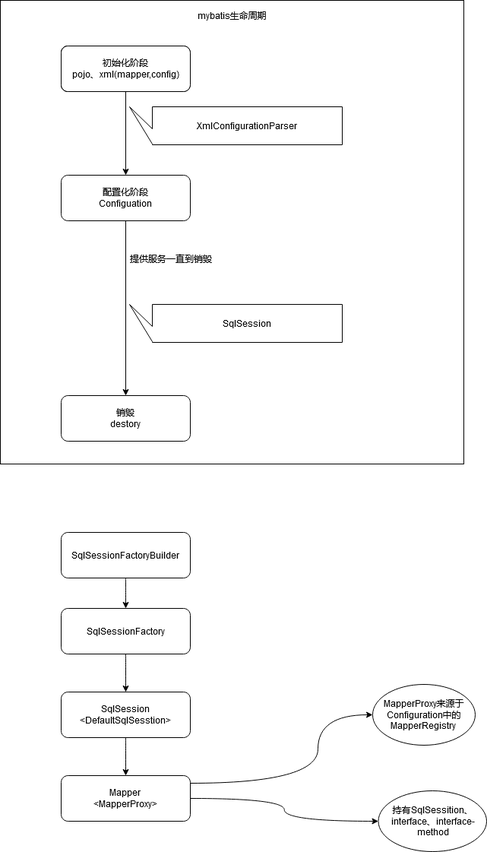
myflx/springboot-myflx keeps this draw.io diagram as doc/image/测试文件.png. Above is the earlier version. Source tidied: cells renumbered, new cells last; positions are measured from the earlier drawing's top-left corner, leaving out a move shared by most shapes.
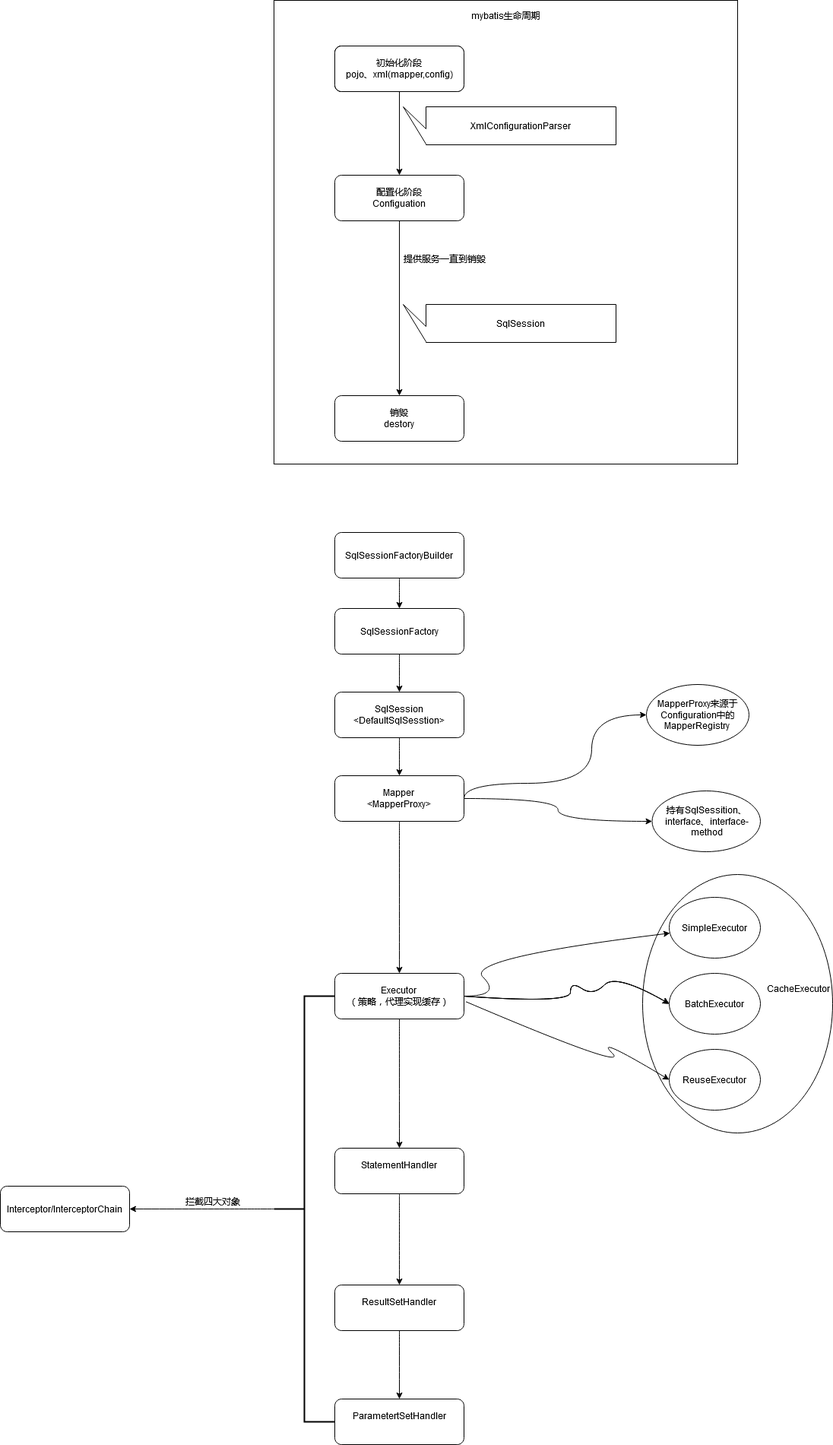
After the change.

Change to the diagram source:
```diff
@@ -2,6 +2,9 @@
   <root>
     <mxCell id="0" />
     <mxCell id="1" parent="0" />
+    <mxCell id="26" style="ellipse;whiteSpace=wrap;html=1;rotation=90;" parent="1" vertex="1">
+      <mxGeometry x="440" y="1195" width="340" height="250" as="geometry" />
+    </mxCell>
     <mxCell id="2" style="whiteSpace=wrap;html=1;" parent="1" vertex="1">
       <mxGeometry width="610" height="610" as="geometry" />
     </mxCell>
@@ -59,16 +62,21 @@
     <mxCell id="20" value="&lt;div&gt;SqlSession&lt;/div&gt;&lt;div&gt;&amp;lt;DefaultSqlSesstion&amp;gt;&lt;br&gt;&lt;/div&gt;" style="rounded=1;whiteSpace=wrap;html=1;" parent="1" vertex="1">
       <mxGeometry x="80" y="910" width="170" height="60" as="geometry" />
     </mxCell>
-    <mxCell id="21" style="edgeStyle=orthogonalEdgeStyle;curved=1;rounded=0;jettySize=auto;html=1;shadow=0;" parent="1" edge="1" source="23" target="24">
+    <mxCell id="21" style="edgeStyle=orthogonalEdgeStyle;curved=1;rounded=0;jettySize=auto;html=1;shadow=0;exitX=1;exitY=0.5;exitDx=0;exitDy=0;" parent="1" edge="1" source="23" target="24">
       <mxGeometry relative="1" as="geometry">
         <Array as="points">
+          <mxPoint x="250" y="1030" />
           <mxPoint x="418" y="1030" />
+          <mxPoint x="418" y="940" />
         </Array>
       </mxGeometry>
     </mxCell>
     <mxCell id="22" style="edgeStyle=orthogonalEdgeStyle;rounded=0;jettySize=auto;html=1;shadow=0;curved=1;" parent="1" edge="1" source="23" target="25">
       <mxGeometry relative="1" as="geometry" />
     </mxCell>
+    <mxCell id="27" style="edgeStyle=orthogonalEdgeStyle;curved=1;rounded=0;jettySize=auto;html=1;shadow=0;" parent="1" edge="1" source="23" target="29">
+      <mxGeometry relative="1" as="geometry" />
+    </mxCell>
     <mxCell id="23" value="&lt;div&gt;Mapper&lt;/div&gt;&lt;div&gt;&amp;lt;MapperProxy&amp;gt;&lt;br&gt;&lt;/div&gt;" style="rounded=1;whiteSpace=wrap;html=1;" parent="1" vertex="1">
       <mxGeometry x="80" y="1020" width="170" height="60" as="geometry" />
     </mxCell>
@@ -78,5 +86,103 @@
     <mxCell id="25" value="持有SqlSessition、interface、interface-method" style="ellipse;whiteSpace=wrap;html=1;rounded=1;" parent="1" vertex="1">
       <mxGeometry x="497.5" y="1040" width="142.5" height="80" as="geometry" />
     </mxCell>
+    <mxCell id="28" style="edgeStyle=orthogonalEdgeStyle;curved=1;rounded=0;jettySize=auto;html=1;entryX=0.5;entryY=0;entryDx=0;entryDy=0;shadow=0;" parent="1" edge="1" source="29" target="40">
+      <mxGeometry relative="1" as="geometry" />
+    </mxCell>
+    <mxCell id="29" value="&lt;div&gt;Executor&lt;/div&gt;&lt;div&gt;（策略，代理实现缓存）&lt;br&gt;&lt;/div&gt;" style="rounded=1;whiteSpace=wrap;html=1;" parent="1" vertex="1">
+      <mxGeometry x="80" y="1280" width="170" height="60" as="geometry" />
+    </mxCell>
+    <mxCell id="30" value="SimpleExecutor" style="ellipse;whiteSpace=wrap;html=1;rounded=1;" parent="1" vertex="1">
+      <mxGeometry x="520" y="1180" width="120" height="80" as="geometry" />
+    </mxCell>
+    <mxCell id="31" value="BatchExecutor" style="ellipse;whiteSpace=wrap;html=1;rounded=1;" parent="1" vertex="1">
+      <mxGeometry x="520" y="1280" width="120" height="80" as="geometry" />
+    </mxCell>
+    <mxCell id="32" value="ReuseExecutor" style="ellipse;whiteSpace=wrap;html=1;rounded=1;" parent="1" vertex="1">
+      <mxGeometry x="520" y="1380" width="120" height="80" as="geometry" />
+    </mxCell>
+    <mxCell id="33" style="curved=1;endArrow=classic;html=1;shadow=0;exitX=1;exitY=0.5;exitDx=0;exitDy=0;entryX=0;entryY=0.5;entryDx=0;entryDy=0;" parent="1" edge="1" source="29" target="31">
+      <mxGeometry relative="1" as="geometry">
+        <Array as="points">
+          <mxPoint x="390" y="1320" />
+          <mxPoint x="390" y="1290" />
+          <mxPoint x="420" y="1310" />
+          <mxPoint x="450" y="1280" />
+        </Array>
+      </mxGeometry>
+    </mxCell>
+    <mxCell id="34" style="curved=1;endArrow=classic;html=1;shadow=0;exitX=1;exitY=0.5;exitDx=0;exitDy=0;entryX=0;entryY=0.5;entryDx=0;entryDy=0;" parent="1" edge="1">
+      <mxGeometry relative="1" as="geometry">
+        <mxPoint x="250" y="1310" as="sourcePoint" />
+        <mxPoint x="520" y="1320" as="targetPoint" />
+        <Array as="points">
+          <mxPoint x="390" y="1320" />
+          <mxPoint x="390" y="1290" />
+          <mxPoint x="420" y="1310" />
+          <mxPoint x="450" y="1280" />
+        </Array>
+      </mxGeometry>
+    </mxCell>
+    <mxCell id="35" style="curved=1;endArrow=classic;html=1;shadow=0;exitX=1;exitY=0.5;exitDx=0;exitDy=0;entryX=0;entryY=0.5;entryDx=0;entryDy=0;" parent="1" edge="1">
+      <mxGeometry relative="1" as="geometry">
+        <mxPoint x="250" y="1310" as="sourcePoint" />
+        <mxPoint x="520" y="1320" as="targetPoint" />
+        <Array as="points">
+          <mxPoint x="390" y="1320" />
+          <mxPoint x="390" y="1290" />
+          <mxPoint x="420" y="1310" />
+          <mxPoint x="450" y="1280" />
+        </Array>
+      </mxGeometry>
+    </mxCell>
+    <mxCell id="36" style="curved=1;endArrow=classic;html=1;shadow=0;" parent="1" edge="1" target="30">
+      <mxGeometry relative="1" as="geometry">
+        <mxPoint x="250" y="1310" as="sourcePoint" />
+        <Array as="points">
+          <mxPoint x="300" y="1310" />
+          <mxPoint x="250" y="1260" />
+        </Array>
+      </mxGeometry>
+    </mxCell>
+    <mxCell id="37" style="curved=1;endArrow=classic;html=1;shadow=0;exitX=1.015;exitY=0.622;exitDx=0;exitDy=0;exitPerimeter=0;entryX=0;entryY=0.5;entryDx=0;entryDy=0;" parent="1" edge="1" source="29" target="32">
+      <mxGeometry relative="1" as="geometry">
+        <Array as="points">
+          <mxPoint x="470" y="1410" />
+          <mxPoint x="420" y="1360" />
+        </Array>
+      </mxGeometry>
+    </mxCell>
+    <mxCell id="38" value="CacheExecutor" style="text;html=1;strokeColor=none;fillColor=none;align=center;verticalAlign=middle;whiteSpace=wrap;rounded=0;" parent="1" vertex="1">
+      <mxGeometry x="670" y="1290" width="40" height="20" as="geometry" />
+    </mxCell>
+    <mxCell id="39" style="edgeStyle=orthogonalEdgeStyle;curved=1;rounded=0;jettySize=auto;html=1;shadow=0;" parent="1" edge="1" source="40" target="42">
+      <mxGeometry relative="1" as="geometry" />
+    </mxCell>
+    <mxCell id="40" value="&lt;div&gt;StatementHandler&lt;/div&gt;&lt;div&gt;&lt;br&gt;&lt;/div&gt;" style="rounded=1;whiteSpace=wrap;html=1;" parent="1" vertex="1">
+      <mxGeometry x="80" y="1510" width="170" height="60" as="geometry" />
+    </mxCell>
+    <mxCell id="41" style="edgeStyle=orthogonalEdgeStyle;curved=1;rounded=0;jettySize=auto;html=1;shadow=0;" parent="1" edge="1" source="42" target="43">
+      <mxGeometry relative="1" as="geometry" />
+    </mxCell>
+    <mxCell id="42" value="&lt;div&gt;ResultSetHandler&lt;/div&gt;&lt;div&gt;&lt;br&gt;&lt;/div&gt;" style="rounded=1;whiteSpace=wrap;html=1;" parent="1" vertex="1">
+      <mxGeometry x="80" y="1690" width="170" height="60" as="geometry" />
+    </mxCell>
+    <mxCell id="43" value="&lt;div&gt;ParametertSetHandler&lt;/div&gt;&lt;div&gt;&lt;br&gt;&lt;/div&gt;" style="rounded=1;whiteSpace=wrap;html=1;" parent="1" vertex="1">
+      <mxGeometry x="80" y="1840" width="170" height="60" as="geometry" />
+    </mxCell>
+    <mxCell id="44" style="edgeStyle=orthogonalEdgeStyle;curved=1;rounded=0;jettySize=auto;html=1;shadow=0;" parent="1" edge="1" source="45">
+      <mxGeometry relative="1" as="geometry">
+        <mxPoint x="-190" y="1590" as="targetPoint" />
+      </mxGeometry>
+    </mxCell>
+    <mxCell id="45" style="strokeWidth=2;html=1;shape=mxgraph.flowchart.annotation_2;align=left;labelPosition=right;" parent="1" vertex="1">
+      <mxGeometry y="1310" width="80" height="560" as="geometry" />
+    </mxCell>
+    <mxCell id="46" value="Interceptor/InterceptorChain" style="rounded=1;whiteSpace=wrap;html=1;" parent="1" vertex="1">
+      <mxGeometry x="-360" y="1560" width="170" height="60" as="geometry" />
+    </mxCell>
+    <mxCell id="47" value="拦截四大对象" style="text;html=1;strokeColor=none;fillColor=none;align=center;verticalAlign=middle;whiteSpace=wrap;rounded=0;" parent="1" vertex="1">
+      <mxGeometry x="-130" y="1570" width="100" height="20" as="geometry" />
+    </mxCell>
   </root>
 </mxGraphModel>
```
